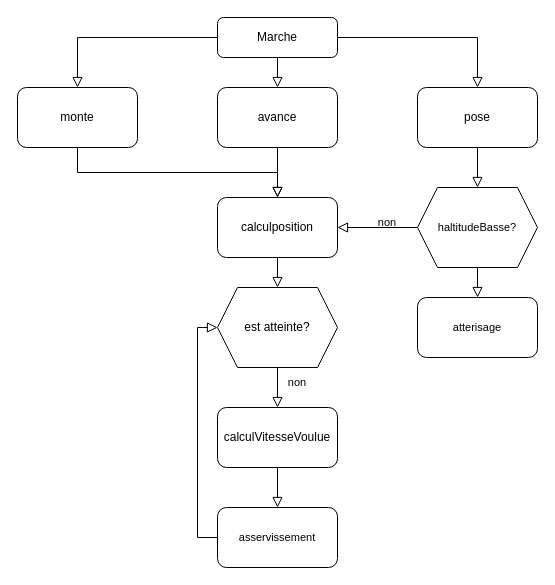
ETheoParis/ProjetDroneENSEA2023 keeps this draw.io diagram as Software/Diagramme sans nom.drawio. Above is the earlier version. Source tidied: cells renumbered, new cells numbered last; positions are measured from the earlier drawing's top-left corner, leaving out a move shared by most shapes. Both pictures are drawn from the tidied source at 100%, with x=0, y=0 at pixel (17, 17).
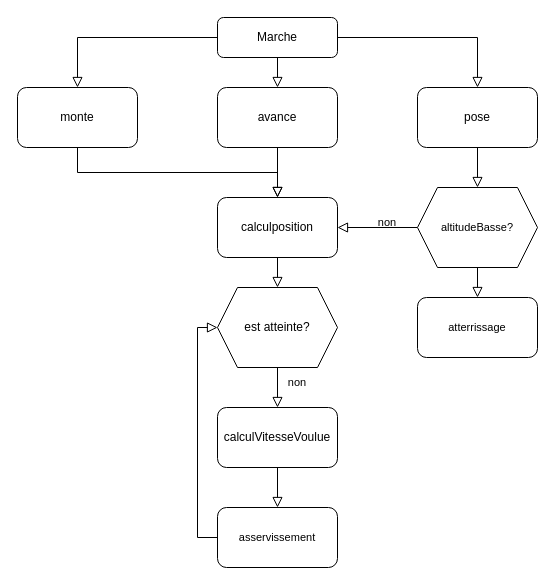
After the change.

Commit message:
Mettre à jour Diagramme sans nom.drawio

The edit, as a diff of the source:
```diff
@@
-    <mxCell id="23" value="haltitudeBasse?" style="shape=hexagon;perimeter=hexagonPerimeter2;whiteSpace=wrap;html=1;fixedSize=1;fontFamily=Helvetica;fontSize=11;fontColor=default;" parent="1" vertex="1">
+    <mxCell id="23" value="altitudeBasse?" style="shape=hexagon;perimeter=hexagonPerimeter2;whiteSpace=wrap;html=1;fixedSize=1;fontFamily=Helvetica;fontSize=11;fontColor=default;" parent="1" vertex="1">
       <mxGeometry x="400" y="170" width="120" height="80" as="geometry" />
     </mxCell>
@@
-    <mxCell id="25" value="atterisage" style="rounded=1;whiteSpace=wrap;html=1;fontFamily=Helvetica;fontSize=11;fontColor=default;" parent="1" vertex="1">
+    <mxCell id="25" value="atterrissage" style="rounded=1;whiteSpace=wrap;html=1;fontFamily=Helvetica;fontSize=11;fontColor=default;" parent="1" vertex="1">
       <mxGeometry x="400" y="280" width="120" height="60" as="geometry" />
     </mxCell>
```
